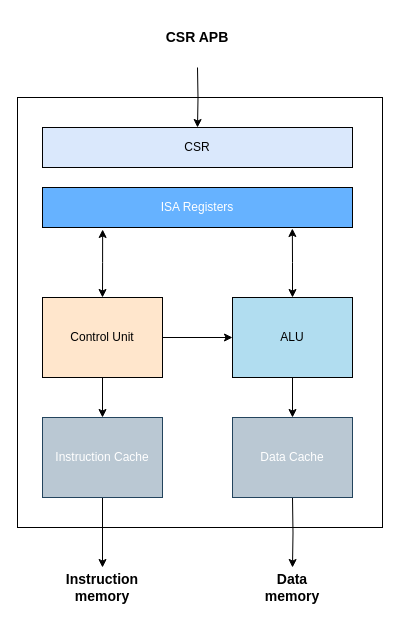
dpretet/friscv keeps this draw.io diagram as page "Overview" (1 of 3) of doc/friscv.drawio. Above is the earlier version. Source tidied: cells renumbered, new cells numbered last; positions are measured from the earlier drawing's top-left corner, leaving out a move shared by most shapes. Both pictures are drawn from the tidied source at 100%, with x=0, y=0 at pixel (17, 17).
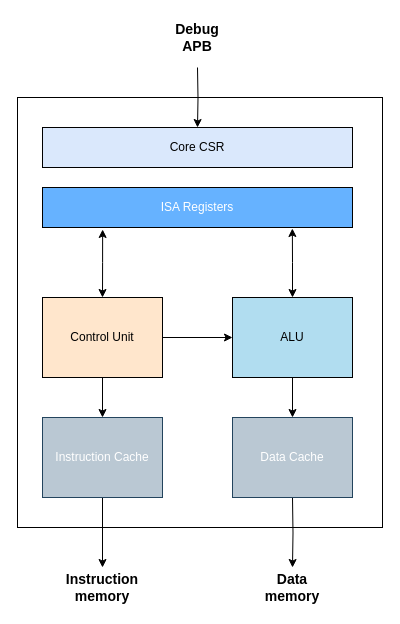
The same page after the edit.

The edit, as a diff of the source:
```diff
@@
-    <mxCell id="17" value="CSR" style="rounded=0;whiteSpace=wrap;html=1;fillColor=#dae8fc;" parent="1" vertex="1">
+    <mxCell id="17" value="Core CSR" style="rounded=0;whiteSpace=wrap;html=1;fillColor=#dae8fc;" parent="1" vertex="1">
       <mxGeometry x="25" y="110" width="310" height="40" as="geometry" />
     </mxCell>
-    <mxCell id="18" value="CSR APB" style="text;html=1;strokeColor=none;fillColor=none;align=center;verticalAlign=middle;whiteSpace=wrap;rounded=0;fontStyle=1;fontSize=14;" parent="1" vertex="1">
+    <mxCell id="18" value="Debug APB" style="text;html=1;strokeColor=none;fillColor=none;align=center;verticalAlign=middle;whiteSpace=wrap;rounded=0;fontStyle=1;fontSize=14;" parent="1" vertex="1">
       <mxGeometry x="145" width="70" height="40" as="geometry" />
     </mxCell>
```
